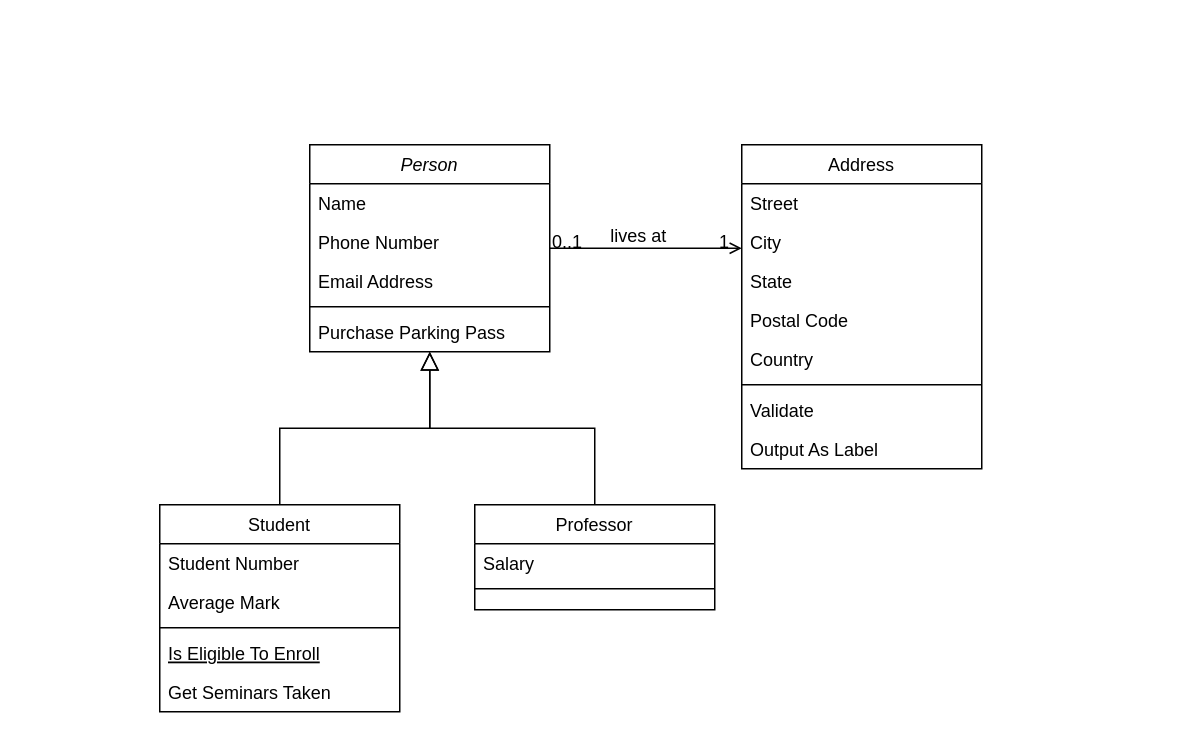
Earlier version of the draw.io diagram 제목 없는 다이어그램.drawio (code3tiger/diagrams). Source tidied: cells renumbered, new cells numbered last; positions are measured from the earlier drawing's top-left corner, leaving out a move shared by most shapes. Both pictures are drawn from the tidied source at 150%, with x=0, y=0 at pixel (159, 144).
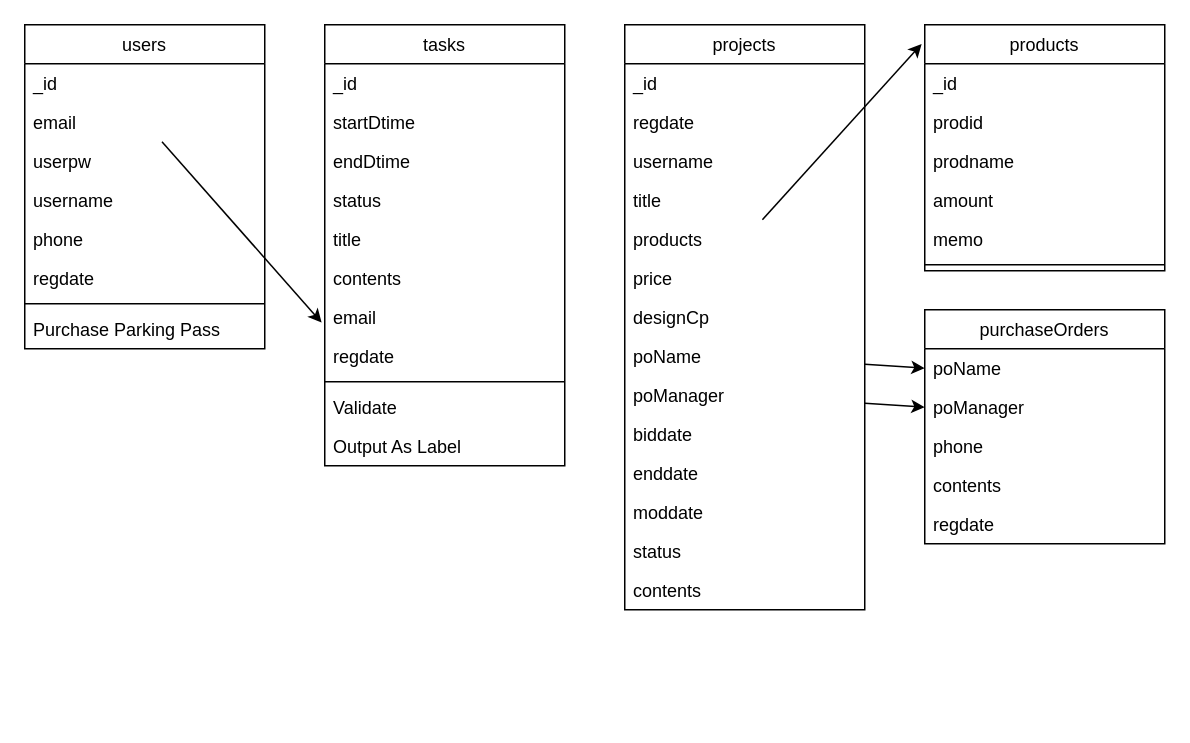
After the change.

Commit message:
제목 없는 다이어그램.drawio 업데이트

Diff of the diagram source:
```diff
@@
-    <mxCell id="2" value="Person" style="swimlane;fontStyle=2;align=center;verticalAlign=top;horizontal=1;startSize=26;rounded=0;shadow=0;strokeWidth=1;" parent="1" vertex="1">
-      <mxGeometry x="100" width="160" height="138" as="geometry" />
+    <mxCell id="2" value="users" style="swimlane;fontStyle=0;align=center;verticalAlign=top;horizontal=1;startSize=26;rounded=0;shadow=0;strokeWidth=1;swimlaneLine=1;fillColor=default;strokeColor=default;" parent="1" vertex="1">
+      <mxGeometry x="-90" y="-80" width="160" height="216" as="geometry" />
     </mxCell>
-    <mxCell id="3" value="Name" style="text;align=left;verticalAlign=top;spacingLeft=4;spacingRight=4;overflow=hidden;" parent="2" vertex="1">
+    <mxCell id="3" value="_id" style="text;align=left;verticalAlign=top;spacingLeft=4;spacingRight=4;overflow=hidden;" parent="2" vertex="1">
       <mxGeometry y="26" width="160" height="26" as="geometry" />
     </mxCell>
-    <mxCell id="4" value="Phone Number" style="text;align=left;verticalAlign=top;spacingLeft=4;spacingRight=4;overflow=hidden;points=[[0,0.5],[1,0.5]];portConstraint=eastwest;rounded=0;shadow=0;html=0;" parent="2" vertex="1">
+    <mxCell id="4" value="email" style="text;align=left;verticalAlign=top;spacingLeft=4;spacingRight=4;overflow=hidden;points=[[0,0.5],[1,0.5]];portConstraint=eastwest;rounded=0;shadow=0;html=0;" parent="2" vertex="1">
       <mxGeometry y="52" width="160" height="26" as="geometry" />
     </mxCell>
-    <mxCell id="5" value="Email Address" style="text;align=left;verticalAlign=top;spacingLeft=4;spacingRight=4;overflow=hidden;rounded=0;shadow=0;html=0;" parent="2" vertex="1">
+    <mxCell id="5" value="userpw" style="text;align=left;verticalAlign=top;spacingLeft=4;spacingRight=4;overflow=hidden;rounded=0;shadow=0;html=0;" parent="2" vertex="1">
       <mxGeometry y="78" width="160" height="26" as="geometry" />
     </mxCell>
+    <mxCell id="32" value="username" style="text;align=left;verticalAlign=top;spacingLeft=4;spacingRight=4;overflow=hidden;rounded=0;shadow=0;html=0;" parent="2" vertex="1">
+      <mxGeometry y="104" width="160" height="26" as="geometry" />
+    </mxCell>
+    <mxCell id="33" value="phone" style="text;align=left;verticalAlign=top;spacingLeft=4;spacingRight=4;overflow=hidden;rounded=0;shadow=0;html=0;" parent="2" vertex="1">
+      <mxGeometry y="130" width="160" height="26" as="geometry" />
+    </mxCell>
+    <mxCell id="34" value="regdate" style="text;align=left;verticalAlign=top;spacingLeft=4;spacingRight=4;overflow=hidden;rounded=0;shadow=0;html=0;" parent="2" vertex="1">
+      <mxGeometry y="156" width="160" height="26" as="geometry" />
+    </mxCell>
     <mxCell id="6" style="line;html=1;strokeWidth=1;align=left;verticalAlign=middle;spacingTop=-1;spacingLeft=3;spacingRight=3;labelPosition=right;" parent="2" vertex="1">
-      <mxGeometry y="104" width="160" height="8" as="geometry" />
+      <mxGeometry y="182" width="160" height="8" as="geometry" />
     </mxCell>
     <mxCell id="7" value="Purchase Parking Pass" style="text;align=left;verticalAlign=top;spacingLeft=4;spacingRight=4;overflow=hidden;" parent="2" vertex="1">
-      <mxGeometry y="112" width="160" height="26" as="geometry" />
+      <mxGeometry y="190" width="160" height="26" as="geometry" />
     </mxCell>
-    <mxCell id="8" value="Student" style="swimlane;fontStyle=0;align=center;verticalAlign=top;horizontal=1;startSize=26;rounded=0;shadow=0;strokeWidth=1;" parent="1" vertex="1">
-      <mxGeometry y="240" width="160" height="138" as="geometry" />
+    <mxCell id="8" value="projects" style="swimlane;fontStyle=0;align=center;verticalAlign=top;horizontal=1;startSize=26;rounded=0;shadow=0;strokeWidth=1;" parent="1" vertex="1">
+      <mxGeometry x="310" y="-80" width="160" height="390" as="geometry" />
     </mxCell>
-    <mxCell id="9" value="Student Number" style="text;align=left;verticalAlign=top;spacingLeft=4;spacingRight=4;overflow=hidden;" parent="8" vertex="1">
+    <mxCell id="9" value="_id" style="text;align=left;verticalAlign=top;spacingLeft=4;spacingRight=4;overflow=hidden;" parent="8" vertex="1">
       <mxGeometry y="26" width="160" height="26" as="geometry" />
     </mxCell>
+    <mxCell id="35" value="regdate" style="text;align=left;verticalAlign=top;spacingLeft=4;spacingRight=4;overflow=hidden;rounded=0;shadow=0;html=0;" parent="8" vertex="1">
+      <mxGeometry y="52" width="160" height="26" as="geometry" />
+    </mxCell>
+    <mxCell id="36" value="username" style="text;align=left;verticalAlign=top;spacingLeft=4;spacingRight=4;overflow=hidden;rounded=0;shadow=0;html=0;" parent="8" vertex="1">
+      <mxGeometry y="78" width="160" height="26" as="geometry" />
+    </mxCell>
+    <mxCell id="37" value="title" style="text;align=left;verticalAlign=top;spacingLeft=4;spacingRight=4;overflow=hidden;rounded=0;shadow=0;html=0;" parent="8" vertex="1">
+      <mxGeometry y="104" width="160" height="26" as="geometry" />
+    </mxCell>
+    <mxCell id="38" value="products" style="text;align=left;verticalAlign=top;spacingLeft=4;spacingRight=4;overflow=hidden;points=[[0,0.5],[1,0.5]];portConstraint=eastwest;rounded=0;shadow=0;html=0;" parent="8" vertex="1">
+      <mxGeometry y="130" width="160" height="26" as="geometry" />
+    </mxCell>
+    <mxCell id="39" value="price" style="text;align=left;verticalAlign=top;spacingLeft=4;spacingRight=4;overflow=hidden;rounded=0;shadow=0;html=0;" parent="8" vertex="1">
+      <mxGeometry y="156" width="160" height="26" as="geometry" />
+    </mxCell>
+    <mxCell id="40" value="designCp" style="text;align=left;verticalAlign=top;spacingLeft=4;spacingRight=4;overflow=hidden;rounded=0;shadow=0;html=0;" parent="8" vertex="1">
+      <mxGeometry y="182" width="160" height="26" as="geometry" />
+    </mxCell>
+    <mxCell id="41" value="poName" style="text;align=left;verticalAlign=top;spacingLeft=4;spacingRight=4;overflow=hidden;points=[[0,0.5],[1,0.5]];portConstraint=eastwest;rounded=0;shadow=0;html=0;" parent="8" vertex="1">
+      <mxGeometry y="208" width="160" height="26" as="geometry" />
+    </mxCell>
+    <mxCell id="42" value="poManager" style="text;align=left;verticalAlign=top;spacingLeft=4;spacingRight=4;overflow=hidden;points=[[0,0.5],[1,0.5]];portConstraint=eastwest;rounded=0;shadow=0;html=0;" parent="8" vertex="1">
+      <mxGeometry y="234" width="160" height="26" as="geometry" />
+    </mxCell>
+    <mxCell id="43" value="biddate" style="text;align=left;verticalAlign=top;spacingLeft=4;spacingRight=4;overflow=hidden;rounded=0;shadow=0;html=0;" parent="8" vertex="1">
+      <mxGeometry y="260" width="160" height="26" as="geometry" />
+    </mxCell>
+    <mxCell id="44" value="enddate" style="text;align=left;verticalAlign=top;spacingLeft=4;spacingRight=4;overflow=hidden;rounded=0;shadow=0;html=0;" parent="8" vertex="1">
+      <mxGeometry y="286" width="160" height="26" as="geometry" />
+    </mxCell>
+    <mxCell id="45" value="moddate" style="text;align=left;verticalAlign=top;spacingLeft=4;spacingRight=4;overflow=hidden;rounded=0;shadow=0;html=0;" parent="8" vertex="1">
+      <mxGeometry y="312" width="160" height="26" as="geometry" />
+    </mxCell>
+    <mxCell id="46" value="status" style="text;align=left;verticalAlign=top;spacingLeft=4;spacingRight=4;overflow=hidden;rounded=0;shadow=0;html=0;" parent="8" vertex="1">
+      <mxGeometry y="338" width="160" height="26" as="geometry" />
+    </mxCell>
-    <mxCell id="10" value="Average Mark" style="text;align=left;verticalAlign=top;spacingLeft=4;spacingRight=4;overflow=hidden;rounded=0;shadow=0;html=0;" parent="8" vertex="1">
-      <mxGeometry y="52" width="160" height="26" as="geometry" />
+    <mxCell id="10" value="contents" style="text;align=left;verticalAlign=top;spacingLeft=4;spacingRight=4;overflow=hidden;rounded=0;shadow=0;html=0;" parent="8" vertex="1">
+      <mxGeometry y="364" width="160" height="26" as="geometry" />
     </mxCell>
-    <mxCell id="11" style="line;html=1;strokeWidth=1;align=left;verticalAlign=middle;spacingTop=-1;spacingLeft=3;spacingRight=3;labelPosition=right;" parent="8" vertex="1">
-      <mxGeometry y="78" width="160" height="8" as="geometry" />
-    </mxCell>
-    <mxCell id="12" value="Is Eligible To Enroll" style="text;align=left;verticalAlign=top;spacingLeft=4;spacingRight=4;overflow=hidden;fontStyle=4;" parent="8" vertex="1">
-      <mxGeometry y="86" width="160" height="26" as="geometry" />
-    </mxCell>
-    <mxCell id="13" value="Get Seminars Taken" style="text;align=left;verticalAlign=top;spacingLeft=4;spacingRight=4;overflow=hidden;" parent="8" vertex="1">
-      <mxGeometry y="112" width="160" height="26" as="geometry" />
-    </mxCell>
-    <mxCell id="14" style="endArrow=block;endSize=10;endFill=0;shadow=0;strokeWidth=1;rounded=0;edgeStyle=elbowEdgeStyle;elbow=vertical;" parent="1" edge="1" source="8" target="2">
-      <mxGeometry relative="1" as="geometry" />
-    </mxCell>
-    <mxCell id="15" value="Professor" style="swimlane;fontStyle=0;align=center;verticalAlign=top;horizontal=1;startSize=26;rounded=0;shadow=0;strokeWidth=1;" parent="1" vertex="1">
-      <mxGeometry x="210" y="240" width="160" height="70" as="geometry" />
+    <mxCell id="15" value="products" style="swimlane;fontStyle=0;align=center;verticalAlign=top;horizontal=1;startSize=26;rounded=0;shadow=0;strokeWidth=1;" parent="1" vertex="1">
+      <mxGeometry x="510" y="-80" width="160" height="164" as="geometry" />
     </mxCell>
-    <mxCell id="16" value="Salary" style="text;align=left;verticalAlign=top;spacingLeft=4;spacingRight=4;overflow=hidden;" parent="15" vertex="1">
+    <mxCell id="16" value="_id" style="text;align=left;verticalAlign=top;spacingLeft=4;spacingRight=4;overflow=hidden;" parent="15" vertex="1">
       <mxGeometry y="26" width="160" height="26" as="geometry" />
     </mxCell>
+    <mxCell id="47" value="prodid" style="text;align=left;verticalAlign=top;spacingLeft=4;spacingRight=4;overflow=hidden;" parent="15" vertex="1">
+      <mxGeometry y="52" width="160" height="26" as="geometry" />
+    </mxCell>
+    <mxCell id="48" value="prodname" style="text;align=left;verticalAlign=top;spacingLeft=4;spacingRight=4;overflow=hidden;" parent="15" vertex="1">
+      <mxGeometry y="78" width="160" height="26" as="geometry" />
+    </mxCell>
+    <mxCell id="49" value="amount" style="text;align=left;verticalAlign=top;spacingLeft=4;spacingRight=4;overflow=hidden;" parent="15" vertex="1">
+      <mxGeometry y="104" width="160" height="26" as="geometry" />
+    </mxCell>
+    <mxCell id="50" value="memo" style="text;align=left;verticalAlign=top;spacingLeft=4;spacingRight=4;overflow=hidden;" parent="15" vertex="1">
+      <mxGeometry y="130" width="160" height="26" as="geometry" />
+    </mxCell>
     <mxCell id="17" style="line;html=1;strokeWidth=1;align=left;verticalAlign=middle;spacingTop=-1;spacingLeft=3;spacingRight=3;labelPosition=right;" parent="15" vertex="1">
-      <mxGeometry y="52" width="160" height="8" as="geometry" />
+      <mxGeometry y="156" width="160" height="8" as="geometry" />
     </mxCell>
-    <mxCell id="18" style="endArrow=block;endSize=10;endFill=0;shadow=0;strokeWidth=1;rounded=0;edgeStyle=elbowEdgeStyle;elbow=vertical;" parent="1" edge="1" source="15" target="2">
-      <mxGeometry relative="1" as="geometry" />
-    </mxCell>
-    <mxCell id="19" value="Address" style="swimlane;fontStyle=0;align=center;verticalAlign=top;horizontal=1;startSize=26;rounded=0;shadow=0;strokeWidth=1;" parent="1" vertex="1">
-      <mxGeometry x="388" width="160" height="216" as="geometry" />
+    <mxCell id="19" value="tasks" style="swimlane;fontStyle=0;align=center;verticalAlign=top;horizontal=1;startSize=26;rounded=0;shadow=0;strokeWidth=1;" parent="1" vertex="1">
+      <mxGeometry x="110" y="-80" width="160" height="294" as="geometry" />
     </mxCell>
-    <mxCell id="20" value="Street" style="text;align=left;verticalAlign=top;spacingLeft=4;spacingRight=4;overflow=hidden;" parent="19" vertex="1">
+    <mxCell id="20" value="_id" style="text;align=left;verticalAlign=top;spacingLeft=4;spacingRight=4;overflow=hidden;" parent="19" vertex="1">
       <mxGeometry y="26" width="160" height="26" as="geometry" />
     </mxCell>
-    <mxCell id="21" value="City" style="text;align=left;verticalAlign=top;spacingLeft=4;spacingRight=4;overflow=hidden;rounded=0;shadow=0;html=0;" parent="19" vertex="1">
+    <mxCell id="21" value="startDtime" style="text;align=left;verticalAlign=top;spacingLeft=4;spacingRight=4;overflow=hidden;rounded=0;shadow=0;html=0;" parent="19" vertex="1">
       <mxGeometry y="52" width="160" height="26" as="geometry" />
     </mxCell>
-    <mxCell id="22" value="State" style="text;align=left;verticalAlign=top;spacingLeft=4;spacingRight=4;overflow=hidden;rounded=0;shadow=0;html=0;" parent="19" vertex="1">
+    <mxCell id="22" value="endDtime" style="text;align=left;verticalAlign=top;spacingLeft=4;spacingRight=4;overflow=hidden;rounded=0;shadow=0;html=0;" parent="19" vertex="1">
       <mxGeometry y="78" width="160" height="26" as="geometry" />
     </mxCell>
-    <mxCell id="23" value="Postal Code" style="text;align=left;verticalAlign=top;spacingLeft=4;spacingRight=4;overflow=hidden;rounded=0;shadow=0;html=0;" parent="19" vertex="1">
+    <mxCell id="23" value="status" style="text;align=left;verticalAlign=top;spacingLeft=4;spacingRight=4;overflow=hidden;rounded=0;shadow=0;html=0;" parent="19" vertex="1">
       <mxGeometry y="104" width="160" height="26" as="geometry" />
     </mxCell>
-    <mxCell id="24" value="Country" style="text;align=left;verticalAlign=top;spacingLeft=4;spacingRight=4;overflow=hidden;rounded=0;shadow=0;html=0;" parent="19" vertex="1">
+    <mxCell id="24" value="title" style="text;align=left;verticalAlign=top;spacingLeft=4;spacingRight=4;overflow=hidden;rounded=0;shadow=0;html=0;" parent="19" vertex="1">
       <mxGeometry y="130" width="160" height="26" as="geometry" />
     </mxCell>
+    <mxCell id="51" value="contents" style="text;align=left;verticalAlign=top;spacingLeft=4;spacingRight=4;overflow=hidden;rounded=0;shadow=0;html=0;" parent="19" vertex="1">
+      <mxGeometry y="156" width="160" height="26" as="geometry" />
+    </mxCell>
+    <mxCell id="52" value="email" style="text;align=left;verticalAlign=top;spacingLeft=4;spacingRight=4;overflow=hidden;points=[[0,0.5],[1,0.5]];portConstraint=eastwest;rounded=0;shadow=0;html=0;" parent="19" vertex="1">
+      <mxGeometry y="182" width="160" height="26" as="geometry" />
+    </mxCell>
+    <mxCell id="53" value="regdate" style="text;align=left;verticalAlign=top;spacingLeft=4;spacingRight=4;overflow=hidden;rounded=0;shadow=0;html=0;" parent="19" vertex="1">
+      <mxGeometry y="208" width="160" height="26" as="geometry" />
+    </mxCell>
     <mxCell id="25" style="line;html=1;strokeWidth=1;align=left;verticalAlign=middle;spacingTop=-1;spacingLeft=3;spacingRight=3;labelPosition=right;" parent="19" vertex="1">
-      <mxGeometry y="156" width="160" height="8" as="geometry" />
+      <mxGeometry y="234" width="160" height="8" as="geometry" />
     </mxCell>
     <mxCell id="26" value="Validate" style="text;align=left;verticalAlign=top;spacingLeft=4;spacingRight=4;overflow=hidden;" parent="19" vertex="1">
-      <mxGeometry y="164" width="160" height="26" as="geometry" />
+      <mxGeometry y="242" width="160" height="26" as="geometry" />
     </mxCell>
     <mxCell id="27" value="Output As Label" style="text;align=left;verticalAlign=top;spacingLeft=4;spacingRight=4;overflow=hidden;" parent="19" vertex="1">
-      <mxGeometry y="190" width="160" height="26" as="geometry" />
+      <mxGeometry y="268" width="160" height="26" as="geometry" />
     </mxCell>
-    <mxCell id="28" style="endArrow=open;shadow=0;strokeWidth=1;rounded=0;endFill=1;edgeStyle=elbowEdgeStyle;elbow=vertical;" parent="1" edge="1" source="2" target="19">
-      <mxGeometry x="0.5" y="41" relative="1" as="geometry">
-        <mxPoint x="-40" y="32" as="offset" />
-      </mxGeometry>
+    <mxCell id="28" style="endArrow=classic;shadow=0;strokeWidth=1;rounded=0;endFill=1;elbow=vertical;entryX=-0.013;entryY=0.637;entryDx=0;entryDy=0;entryPerimeter=0;" parent="1" edge="1" source="4" target="52">
+      <mxGeometry relative="1" as="geometry" />
     </mxCell>
-    <mxCell id="29" value="0..1" style="align=left;verticalAlign=bottom;labelBackgroundColor=none;fontSize=12;" parent="28" vertex="1">
-      <mxGeometry x="-1" relative="1" as="geometry">
-        <mxPoint y="4" as="offset" />
-      </mxGeometry>
-    </mxCell>
-    <mxCell id="30" value="1" style="align=right;verticalAlign=bottom;labelBackgroundColor=none;fontSize=12;" parent="28" vertex="1">
-      <mxGeometry x="1" relative="1" as="geometry">
-        <mxPoint x="-7" y="4" as="offset" />
-      </mxGeometry>
-    </mxCell>
-    <mxCell id="31" value="lives at" style="text;html=1;align=center;verticalAlign=middle;labelBackgroundColor=none;rounded=0;shadow=0;strokeWidth=1;fontSize=12;" parent="28" vertex="1">
-      <mxGeometry x="0.5" y="49" relative="1" as="geometry">
-        <mxPoint x="-38" y="40" as="offset" />
-      </mxGeometry>
-    </mxCell>
+    <mxCell id="54" style="edgeStyle=none;rounded=0;jettySize=auto;html=1;entryX=0;entryY=0.5;entryDx=0;entryDy=0;endArrow=classic;endFill=1;" parent="1" edge="1" source="41" target="57">
+      <mxGeometry relative="1" as="geometry" />
+    </mxCell>
+    <mxCell id="55" style="edgeStyle=none;rounded=0;jettySize=auto;html=1;entryX=0;entryY=0.5;entryDx=0;entryDy=0;" parent="1" edge="1" source="42" target="58">
+      <mxGeometry relative="1" as="geometry" />
+    </mxCell>
+    <mxCell id="56" value="purchaseOrders" style="swimlane;fontStyle=0;horizontal=1;startSize=26;fillColor=none;" parent="1" vertex="1">
+      <mxGeometry x="510" y="110" width="160" height="156" as="geometry" />
+    </mxCell>
+    <mxCell id="57" value="poName" style="text;strokeColor=none;fillColor=none;align=left;verticalAlign=top;spacingLeft=4;spacingRight=4;overflow=hidden;points=[[0,0.5],[1,0.5]];portConstraint=eastwest;" parent="56" vertex="1">
+      <mxGeometry y="26" width="160" height="26" as="geometry" />
+    </mxCell>
+    <mxCell id="58" value="poManager" style="text;strokeColor=none;fillColor=none;align=left;verticalAlign=top;spacingLeft=4;spacingRight=4;overflow=hidden;points=[[0,0.5],[1,0.5]];portConstraint=eastwest;" parent="56" vertex="1">
+      <mxGeometry y="52" width="160" height="26" as="geometry" />
+    </mxCell>
+    <mxCell id="59" value="phone" style="text;strokeColor=none;fillColor=none;align=left;verticalAlign=top;spacingLeft=4;spacingRight=4;overflow=hidden;" parent="56" vertex="1">
+      <mxGeometry y="78" width="160" height="26" as="geometry" />
+    </mxCell>
+    <mxCell id="60" value="contents" style="text;strokeColor=none;fillColor=none;align=left;verticalAlign=top;spacingLeft=4;spacingRight=4;overflow=hidden;" parent="56" vertex="1">
+      <mxGeometry y="104" width="160" height="26" as="geometry" />
+    </mxCell>
+    <mxCell id="61" value="regdate" style="text;strokeColor=none;fillColor=none;align=left;verticalAlign=top;spacingLeft=4;spacingRight=4;overflow=hidden;" parent="56" vertex="1">
+      <mxGeometry y="130" width="160" height="26" as="geometry" />
+    </mxCell>
+    <mxCell id="62" style="edgeStyle=none;rounded=0;jettySize=auto;html=1;entryX=-0.013;entryY=0.078;entryDx=0;entryDy=0;endArrow=classic;endFill=1;entryPerimeter=0;" parent="1" edge="1" source="38" target="15">
+      <mxGeometry relative="1" as="geometry" />
+    </mxCell>
```
